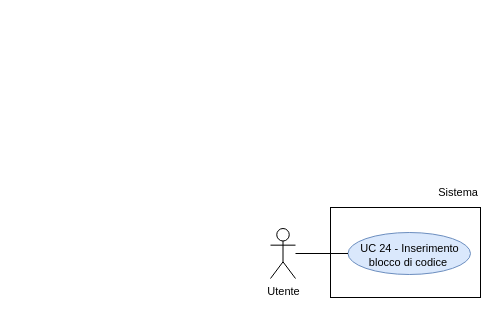
Above: RTB/doc_esterna/analisi-dei-requisiti/assets/draw.io/UC24.drawio in thebitless-group-swe/thebitless.github.io (draw.io), before the change. Source tidied: cells renumbered, new cells numbered last; positions are measured from the earlier drawing's top-left corner, leaving out a move shared by most shapes. Both pictures are drawn from the tidied source at 100%, with x=0, y=0 at pixel (270, 177).
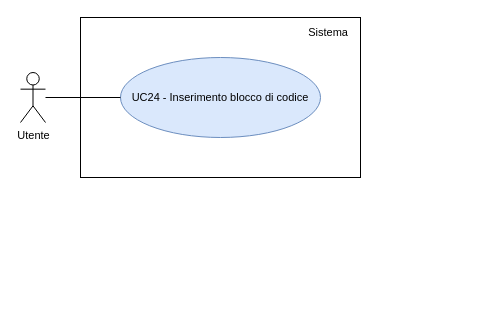
The same page after the edit.

Change to the diagram source:
```diff
@@
 <mxGraphModel>
   <root>
     <mxCell id="0" />
     <mxCell id="1" parent="0" />
     <mxCell id="2" value="Utente" style="shape=umlActor;verticalLabelPosition=bottom;verticalAlign=top;html=1;outlineConnect=0;fontSize=11;" parent="1" vertex="1">
-      <mxGeometry y="51" width="25" height="50" as="geometry" />
+      <mxGeometry x="-250" y="-105" width="25" height="50" as="geometry" />
     </mxCell>
-    <mxCell id="3" style="rounded=0;whiteSpace=wrap;html=1;strokeWidth=1;" parent="1" vertex="1">
-      <mxGeometry x="60" y="30" width="150" height="90" as="geometry" />
-    </mxCell>
+    <mxCell id="8" style="rounded=0;whiteSpace=wrap;html=1;strokeWidth=1;" parent="1" vertex="1">
+      <mxGeometry x="-190" y="-160" width="280" height="160" as="geometry" />
+    </mxCell>
     <mxCell id="4" value="Sistema" style="text;html=1;whiteSpace=wrap;strokeColor=none;fillColor=none;align=right;verticalAlign=middle;fontSize=11;" parent="1" vertex="1">
-      <mxGeometry x="150" width="60" height="30" as="geometry" />
+      <mxGeometry x="10" y="-155" width="70" height="20" as="geometry" />
     </mxCell>
-    <mxCell id="5" value="UC 24 - Inserimento blocco di codice&amp;nbsp;" style="ellipse;whiteSpace=wrap;html=1;fillColor=#dae8fc;strokeColor=#6c8ebf;fontSize=11;convertToSvg=1;svgWhiteSpace=wrap;labelBorderColor=none;labelBackgroundColor=none;spacingBottom=-4;" parent="1" vertex="1">
-      <mxGeometry x="77.5" y="55" width="122.5" height="42" as="geometry" />
-    </mxCell>
-    <mxCell id="6" style="edgeStyle=none;rounded=0;jettySize=auto;html=1;endArrow=none;endFill=0;" parent="1" edge="1" source="2" target="5">
-      <mxGeometry relative="1" as="geometry" />
-    </mxCell>
-    <mxCell id="7" style="edgeStyle=orthogonalEdgeStyle;rounded=0;orthogonalLoop=1;jettySize=auto;html=1;exitX=0.5;exitY=1;exitDx=0;exitDy=0;" parent="1" edge="1" source="4" target="4">
-      <mxGeometry relative="1" as="geometry" />
-    </mxCell>
+    <mxCell id="9" value="UC24 - Inserimento blocco di codice" style="ellipse;whiteSpace=wrap;html=1;fillColor=#dae8fc;strokeColor=#6c8ebf;fontSize=11;" parent="1" vertex="1">
+      <mxGeometry x="-150" y="-120" width="200" height="80" as="geometry" />
+    </mxCell>
+    <mxCell id="10" style="edgeStyle=none;rounded=0;jettySize=auto;html=1;endArrow=none;endFill=0;" parent="1" edge="1" source="2" target="9">
+      <mxGeometry relative="1" as="geometry" />
+    </mxCell>
   </root>
 </mxGraphModel>
```
